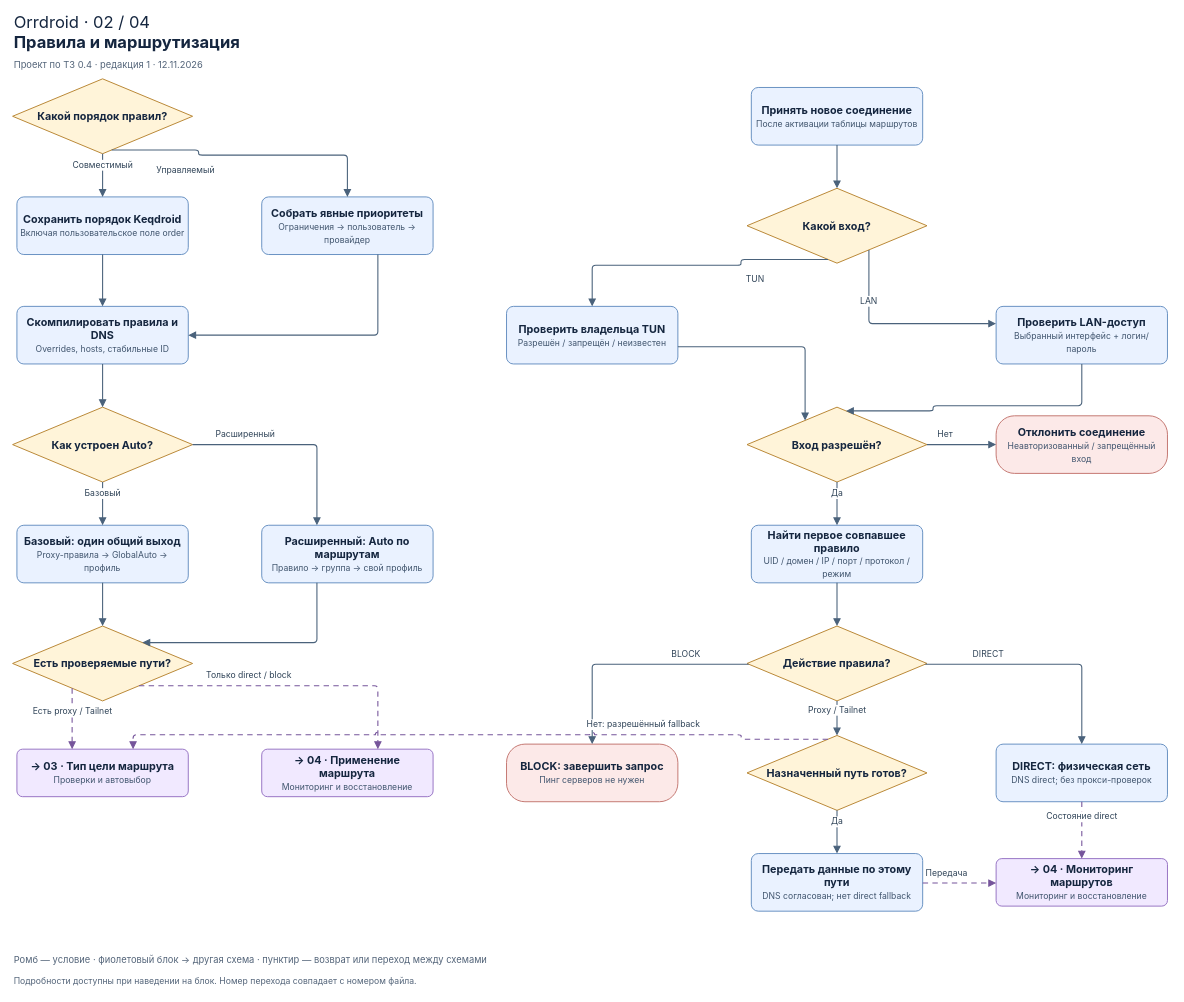
Before: docs/orrdroid/diagrams/drawio/Orrdroid-02-routing.drawio in orrtyom/orrdroid, a draw.io diagram. Source tidied: cells renumbered, new cells numbered last; positions are measured from the earlier drawing's top-left corner, leaving out a move shared by most shapes. Both pictures are drawn from the tidied source at 72%, with x=0, y=0 at pixel (12, 12).
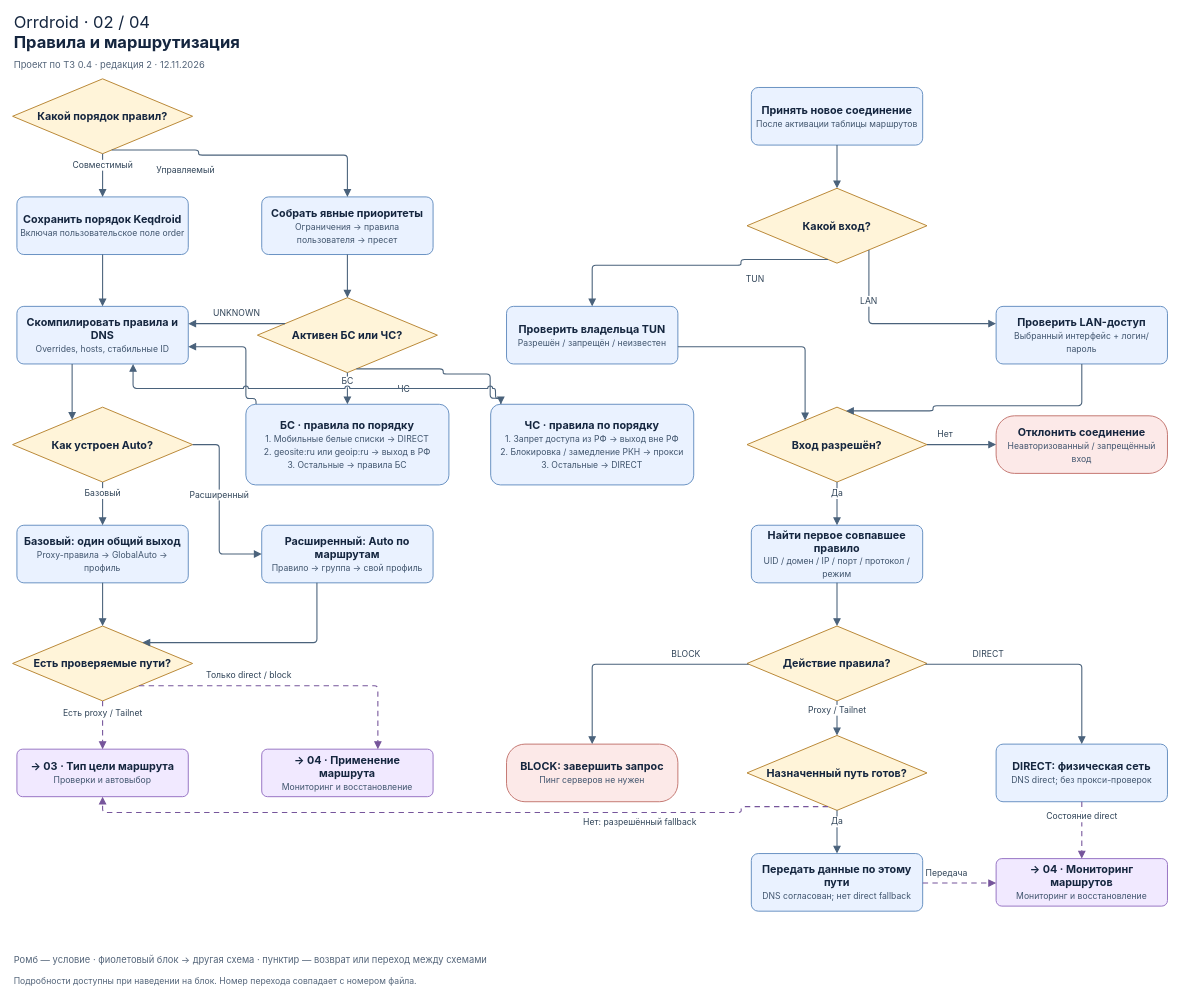
After the change.

Commit message (it also covers changes not shown here):
docs: define BS and CS routing presets and update flow diagrams

The change refers to these unchanged cells:
```xml
<mxCell id="7" value="&lt;b&gt;Скомпилировать правила и DNS&lt;/b&gt;&lt;br&gt;&lt;span style=&quot;font-size:12px;color:#40556E&quot;&gt;Overrides, hosts, стабильные ID&lt;/span&gt;" style="rounded=1;arcSize=12;html=1;whiteSpace=wrap;align=center;verticalAlign=middle;spacing=6;fontFamily=Inter;fontSize=15;fontColor=#15263F;strokeWidth=1.35;fillColor=#EAF2FF;strokeColor=#6790C2;" parent="1" vertex="1">
  <mxGeometry x="6" y="408" width="238" height="80" as="geometry" />
</mxCell>
<mxCell id="8" value="&lt;b&gt;Как устроен Auto?&lt;/b&gt;" style="rhombus;html=1;whiteSpace=wrap;align=center;verticalAlign=middle;spacing=6;fontFamily=Inter;fontSize=15;fontColor=#15263F;strokeWidth=1.35;fillColor=#FFF4D9;strokeColor=#B88633;" parent="1" vertex="1">
  <mxGeometry y="548" width="250" height="104" as="geometry" />
</mxCell>
<mxCell id="10" value="&lt;b&gt;Расширенный: Auto по маршрутам&lt;/b&gt;&lt;br&gt;&lt;span style=&quot;font-size:12px;color:#40556E&quot;&gt;Правило → группа → свой профиль&lt;/span&gt;" style="rounded=1;arcSize=12;html=1;whiteSpace=wrap;align=center;verticalAlign=middle;spacing=6;fontFamily=Inter;fontSize=15;fontColor=#15263F;strokeWidth=1.35;fillColor=#EAF2FF;strokeColor=#6790C2;" parent="1" vertex="1">
  <mxGeometry x="346" y="712" width="238" height="80" as="geometry" />
</mxCell>
<mxCell id="11" value="&lt;b&gt;Есть проверяемые пути?&lt;/b&gt;" style="rhombus;html=1;whiteSpace=wrap;align=center;verticalAlign=middle;spacing=6;fontFamily=Inter;fontSize=15;fontColor=#15263F;strokeWidth=1.35;fillColor=#FFF4D9;strokeColor=#B88633;" parent="1" vertex="1">
  <mxGeometry y="852" width="250" height="104" as="geometry" />
</mxCell>
<mxCell id="22" value="&lt;b&gt;Назначенный путь готов?&lt;/b&gt;" style="rhombus;html=1;whiteSpace=wrap;align=center;verticalAlign=middle;spacing=6;fontFamily=Inter;fontSize=15;fontColor=#15263F;strokeWidth=1.35;fillColor=#FFF4D9;strokeColor=#B88633;" parent="1" vertex="1">
  <mxGeometry x="1020" y="1004" width="250" height="104" as="geometry" />
</mxCell>
<mxCell id="24" value="&lt;b&gt;→ 03 · Тип цели маршрута&lt;/b&gt;&lt;br&gt;&lt;span style=&quot;font-size:12px;color:#40556E&quot;&gt;Проверки и автовыбор&lt;/span&gt;" style="rounded=1;arcSize=12;html=1;whiteSpace=wrap;align=center;verticalAlign=middle;spacing=6;fontFamily=Inter;fontSize=15;fontColor=#15263F;strokeWidth=1.35;fillColor=#F1E9FF;strokeColor=#9673C4;" parent="1" vertex="1">
  <mxGeometry x="6" y="1023" width="238" height="66" as="geometry" />
</mxCell>
```

Change to the diagram source:
```diff
@@
-    <mxCell id="3" value="Проект по ТЗ 0.4 · редакция 1 · 12.11.2026" style="text;html=1;align=left;verticalAlign=middle;whiteSpace=wrap;fontFamily=Inter;fontColor=#15263F;fontSize=13;fontColor=#536479;" parent="1" vertex="1">
+    <mxCell id="3" value="Проект по ТЗ 0.4 · редакция 2 · 12.11.2026" style="text;html=1;align=left;verticalAlign=middle;whiteSpace=wrap;fontFamily=Inter;fontColor=#15263F;fontSize=13;fontColor=#536479;" parent="1" vertex="1">
       <mxGeometry y="62" width="1610" height="20" as="geometry" />
     </mxCell>
@@
-    <mxCell id="6" value="&lt;b&gt;Собрать явные приоритеты&lt;/b&gt;&lt;br&gt;&lt;span style=&quot;font-size:12px;color:#40556E&quot;&gt;Ограничения → пользователь → провайдер&lt;/span&gt;" style="rounded=1;arcSize=12;html=1;whiteSpace=wrap;align=center;verticalAlign=middle;spacing=6;fontFamily=Inter;fontSize=15;fontColor=#15263F;strokeWidth=1.35;fillColor=#EAF2FF;strokeColor=#6790C2;" parent="1" vertex="1">
+    <mxCell id="6" value="&lt;b&gt;Собрать явные приоритеты&lt;/b&gt;&lt;br&gt;&lt;span style=&quot;font-size:12px;color:#40556E&quot;&gt;Ограничения → правила пользователя → пресет&lt;/span&gt;" style="rounded=1;arcSize=12;html=1;whiteSpace=wrap;align=center;verticalAlign=middle;spacing=6;fontFamily=Inter;fontSize=15;fontColor=#15263F;strokeWidth=1.35;fillColor=#EAF2FF;strokeColor=#6790C2;" parent="1" vertex="1">
       <mxGeometry x="346" y="256" width="238" height="80" as="geometry" />
     </mxCell>
@@
+    <mxCell id="55" value="&lt;b&gt;Активен БС или ЧС?&lt;/b&gt;" style="rhombus;html=1;whiteSpace=wrap;align=center;verticalAlign=middle;spacing=6;fontFamily=Inter;fontSize=15;fontColor=#15263F;strokeWidth=1.35;fillColor=#FFF4D9;strokeColor=#B88633;" parent="1" vertex="1">
+      <mxGeometry x="340" y="396" width="250" height="104" as="geometry" />
+    </mxCell>
+    <mxCell id="56" value="&lt;b&gt;БС · правила по порядку&lt;/b&gt;&lt;br&gt;&lt;span style=&quot;font-size:12px;color:#40556E&quot;&gt;1. Мобильные белые списки → DIRECT&lt;br&gt;2. geosite:ru или geoip:ru → выход в РФ&lt;br&gt;3. Остальные → правила БС&lt;/span&gt;" style="rounded=1;arcSize=12;html=1;whiteSpace=wrap;align=center;verticalAlign=middle;spacing=6;fontFamily=Inter;fontSize=15;fontColor=#15263F;strokeWidth=1.35;fillColor=#EAF2FF;strokeColor=#6790C2;" parent="1" vertex="1">
+      <mxGeometry x="324" y="544" width="282" height="112" as="geometry" />
+    </mxCell>
+    <mxCell id="57" value="&lt;b&gt;ЧС · правила по порядку&lt;/b&gt;&lt;br&gt;&lt;span style=&quot;font-size:12px;color:#40556E&quot;&gt;1. Запрет доступа из РФ → выход вне РФ&lt;br&gt;2. Блокировка / замедление РКН → прокси&lt;br&gt;3. Остальные → DIRECT&lt;/span&gt;" style="rounded=1;arcSize=12;html=1;whiteSpace=wrap;align=center;verticalAlign=middle;spacing=6;fontFamily=Inter;fontSize=15;fontColor=#15263F;strokeWidth=1.35;fillColor=#EAF2FF;strokeColor=#6790C2;" parent="1" vertex="1">
+      <mxGeometry x="664" y="544" width="282" height="112" as="geometry" />
+    </mxCell>
@@
-    <mxCell id="30" style="edgeStyle=segmentEdgeStyle;rounded=1;arcSize=10;html=1;endArrow=block;endFill=1;endSize=7;strokeWidth=1.5;strokeColor=#4A627B;fontColor=#304458;fontFamily=Inter;fontSize=12;labelBackgroundColor=default;defaultLabelBackgroundColor=page;jettySize=auto;jumpStyle=arc;jumpSize=6;exitX=0.67786;exitY=1.00000;exitPerimeter=0;entryX=1.00000;entryY=0.50000;entryPerimeter=0;" parent="1" edge="1" source="6" target="7">
-      <mxGeometry relative="1" as="geometry">
-        <Array as="points">
-          <mxPoint x="507.3" y="448" />
-        </Array>
-      </mxGeometry>
+    <mxCell id="30" style="edgeStyle=segmentEdgeStyle;rounded=1;arcSize=10;html=1;endArrow=block;endFill=1;endSize=7;strokeWidth=1.5;strokeColor=#4A627B;fontColor=#304458;fontFamily=Inter;fontSize=12;labelBackgroundColor=default;defaultLabelBackgroundColor=page;jettySize=auto;jumpStyle=arc;jumpSize=6;exitX=0.50000;exitY=1.00000;exitPerimeter=0;entryX=0.50000;entryY=0.00000;entryPerimeter=0;" parent="1" edge="1" source="6" target="55">
+      <mxGeometry relative="1" as="geometry" />
     </mxCell>
-    <mxCell id="31" style="edgeStyle=segmentEdgeStyle;rounded=1;arcSize=10;html=1;endArrow=block;endFill=1;endSize=7;strokeWidth=1.5;strokeColor=#4A627B;fontColor=#304458;fontFamily=Inter;fontSize=12;labelBackgroundColor=default;defaultLabelBackgroundColor=page;jettySize=auto;jumpStyle=arc;jumpSize=6;exitX=0.50000;exitY=1.00000;exitPerimeter=0;entryX=0.50000;entryY=0.00000;entryPerimeter=0;" parent="1" edge="1" source="7" target="8">
+    <mxCell id="31" style="edgeStyle=segmentEdgeStyle;rounded=1;arcSize=10;html=1;endArrow=block;endFill=1;endSize=7;strokeWidth=1.5;strokeColor=#4A627B;fontColor=#304458;fontFamily=Inter;fontSize=12;labelBackgroundColor=default;defaultLabelBackgroundColor=page;jettySize=auto;jumpStyle=arc;jumpSize=6;exitX=0.32214;exitY=1.00000;exitPerimeter=0;entryX=0.33068;entryY=0.16932;entryPerimeter=0;" parent="1" edge="1" source="7" target="8">
       <mxGeometry relative="1" as="geometry" />
     </mxCell>
@@
-    <mxCell id="33" value="Расширенный" style="edgeStyle=segmentEdgeStyle;rounded=1;arcSize=10;html=1;endArrow=block;endFill=1;endSize=7;strokeWidth=1.5;strokeColor=#4A627B;fontColor=#304458;fontFamily=Inter;fontSize=12;labelBackgroundColor=default;defaultLabelBackgroundColor=page;jettySize=auto;jumpStyle=arc;jumpSize=6;exitX=1.00000;exitY=0.50000;exitPerimeter=0;entryX=0.32214;entryY=0.00000;entryPerimeter=0;" parent="1" edge="1" source="8" target="10">
-      <mxGeometry x="-0.49" relative="1" as="geometry">
+    <mxCell id="33" value="Расширенный" style="edgeStyle=segmentEdgeStyle;rounded=1;arcSize=10;html=1;endArrow=block;endFill=1;endSize=7;strokeWidth=1.5;strokeColor=#4A627B;fontColor=#304458;fontFamily=Inter;fontSize=12;labelBackgroundColor=default;defaultLabelBackgroundColor=page;jettySize=auto;jumpStyle=arc;jumpSize=6;exitX=1.00000;exitY=0.50000;exitPerimeter=0;entryX=0.00000;entryY=0.50000;entryPerimeter=0;" parent="1" edge="1" source="8" target="10">
+      <mxGeometry x="-0.14" relative="1" as="geometry">
         <Array as="points">
-          <mxPoint x="422.7" y="600" />
+          <mxPoint x="287" y="600" />
+          <mxPoint x="287" y="752" />
         </Array>
-        <mxPoint y="-14" as="offset" />
       </mxGeometry>
     </mxCell>
@@
-    <mxCell id="36" value="Есть proxy / Tailnet" style="edgeStyle=segmentEdgeStyle;rounded=1;arcSize=10;html=1;endArrow=block;endFill=1;endSize=7;strokeWidth=1.5;strokeColor=#76559B;fontColor=#304458;fontFamily=Inter;fontSize=12;labelBackgroundColor=default;defaultLabelBackgroundColor=page;jettySize=auto;jumpStyle=arc;jumpSize=6;dashed=1;dashPattern=5 4;exitX=0.33068;exitY=0.83068;exitPerimeter=0;entryX=0.32214;entryY=0.00000;entryPerimeter=0;" parent="1" edge="1" source="11" target="24">
-      <mxGeometry x="-0.24" relative="1" as="geometry" />
+    <mxCell id="36" value="Есть proxy / Tailnet" style="edgeStyle=segmentEdgeStyle;rounded=1;arcSize=10;html=1;endArrow=block;endFill=1;endSize=7;strokeWidth=1.5;strokeColor=#76559B;fontColor=#304458;fontFamily=Inter;fontSize=12;labelBackgroundColor=default;defaultLabelBackgroundColor=page;jettySize=auto;jumpStyle=arc;jumpSize=6;dashed=1;dashPattern=5 4;exitX=0.50000;exitY=1.00000;exitPerimeter=0;entryX=0.50000;entryY=0.00000;entryPerimeter=0;" parent="1" edge="1" source="11" target="24">
+      <mxGeometry x="-0.48" relative="1" as="geometry" />
     </mxCell>
@@
-    <mxCell id="50" value="Нет: разрешённый fallback" style="edgeStyle=segmentEdgeStyle;rounded=1;arcSize=10;html=1;endArrow=block;endFill=1;endSize=7;strokeWidth=1.5;strokeColor=#76559B;fontColor=#304458;fontFamily=Inter;fontSize=12;labelBackgroundColor=default;defaultLabelBackgroundColor=page;jettySize=auto;jumpStyle=arc;jumpSize=6;dashed=1;dashPattern=5 4;exitX=0.45000;exitY=0.05000;exitPerimeter=0;entryX=0.67786;entryY=0.00000;entryPerimeter=0;" parent="1" edge="1" source="22" target="24">
-      <mxGeometry x="-0.47" relative="1" as="geometry">
+    <mxCell id="50" value="Нет: разрешённый fallback" style="edgeStyle=segmentEdgeStyle;rounded=1;arcSize=10;html=1;endArrow=block;endFill=1;endSize=7;strokeWidth=1.5;strokeColor=#76559B;fontColor=#304458;fontFamily=Inter;fontSize=12;labelBackgroundColor=default;defaultLabelBackgroundColor=page;jettySize=auto;jumpStyle=arc;jumpSize=6;dashed=1;dashPattern=5 4;exitX=0.45000;exitY=0.95000;exitPerimeter=0;entryX=0.50000;entryY=1.00000;entryPerimeter=0;" parent="1" edge="1" source="22" target="24">
+      <mxGeometry x="-0.48" relative="1" as="geometry">
         <Array as="points">
-          <mxPoint x="1011.9" y="1009.2" />
-          <mxPoint x="1011.9" y="1003" />
-          <mxPoint x="167.3" y="1003" />
+          <mxPoint x="1011.9" y="1102.8" />
+          <mxPoint x="1011.9" y="1111" />
+          <mxPoint x="125" y="1111" />
         </Array>
-        <mxPoint y="-14" as="offset" />
+        <mxPoint y="14" as="offset" />
       </mxGeometry>
     </mxCell>
@@
+    <mxCell id="58" value="БС" style="edgeStyle=segmentEdgeStyle;rounded=1;arcSize=10;html=1;endArrow=block;endFill=1;endSize=7;strokeWidth=1.5;strokeColor=#4A627B;fontColor=#304458;fontFamily=Inter;fontSize=12;labelBackgroundColor=default;defaultLabelBackgroundColor=page;jettySize=auto;jumpStyle=arc;jumpSize=6;exitX=0.50000;exitY=1.00000;exitPerimeter=0;entryX=0.50000;entryY=0.00000;entryPerimeter=0;" parent="1" edge="1" source="55" target="56">
+      <mxGeometry x="-0.4" relative="1" as="geometry" />
+    </mxCell>
+    <mxCell id="59" value="ЧС" style="edgeStyle=segmentEdgeStyle;rounded=1;arcSize=10;html=1;endArrow=block;endFill=1;endSize=7;strokeWidth=1.5;strokeColor=#4A627B;fontColor=#304458;fontFamily=Inter;fontSize=12;labelBackgroundColor=default;defaultLabelBackgroundColor=page;jettySize=auto;jumpStyle=arc;jumpSize=6;exitX=0.55000;exitY=0.95000;exitPerimeter=0;entryX=0.05000;entryY=0.00000;entryPerimeter=0;" parent="1" edge="1" source="55" target="57">
+      <mxGeometry x="-0.48" relative="1" as="geometry">
+        <Array as="points">
+          <mxPoint x="598.1" y="494.8" />
+          <mxPoint x="598.1" y="502" />
+          <mxPoint x="663.3" y="502" />
+          <mxPoint x="663.3" y="535.7" />
+          <mxPoint x="678.1" y="535.7" />
+        </Array>
+        <mxPoint y="28" as="offset" />
+      </mxGeometry>
+    </mxCell>
+    <mxCell id="60" value="UNKNOWN" style="edgeStyle=segmentEdgeStyle;rounded=1;arcSize=10;html=1;endArrow=block;endFill=1;endSize=7;strokeWidth=1.5;strokeColor=#4A627B;fontColor=#304458;fontFamily=Inter;fontSize=12;labelBackgroundColor=default;defaultLabelBackgroundColor=page;jettySize=auto;jumpStyle=arc;jumpSize=6;exitX=0.15385;exitY=0.34615;exitPerimeter=0;entryX=1.00000;entryY=0.30000;entryPerimeter=0;" parent="1" edge="1" source="55" target="7">
+      <mxGeometry relative="1" as="geometry">
+        <mxPoint y="-14" as="offset" />
+      </mxGeometry>
+    </mxCell>
+    <mxCell id="61" style="edgeStyle=segmentEdgeStyle;rounded=1;arcSize=10;html=1;endArrow=block;endFill=1;endSize=7;strokeWidth=1.5;strokeColor=#4A627B;fontColor=#304458;fontFamily=Inter;fontSize=12;labelBackgroundColor=default;defaultLabelBackgroundColor=page;jettySize=auto;jumpStyle=arc;jumpSize=6;exitX=0.05000;exitY=0.00000;exitPerimeter=0;entryX=1.00000;entryY=0.70000;entryPerimeter=0;" parent="1" edge="1" source="56" target="7">
+      <mxGeometry relative="1" as="geometry">
+        <Array as="points">
+          <mxPoint x="338.1" y="536" />
+          <mxPoint x="324" y="536" />
+          <mxPoint x="324" y="464" />
+        </Array>
+      </mxGeometry>
+    </mxCell>
+    <mxCell id="62" style="edgeStyle=segmentEdgeStyle;rounded=1;arcSize=10;html=1;endArrow=block;endFill=1;endSize=7;strokeWidth=1.5;strokeColor=#4A627B;fontColor=#304458;fontFamily=Inter;fontSize=12;labelBackgroundColor=default;defaultLabelBackgroundColor=page;jettySize=auto;jumpStyle=arc;jumpSize=6;exitX=0.05000;exitY=0.00000;exitPerimeter=0;entryX=0.67786;entryY=1.00000;entryPerimeter=0;" parent="1" edge="1" source="57" target="7">
+      <mxGeometry relative="1" as="geometry">
+        <Array as="points">
+          <mxPoint x="678.1" y="535.9" />
+          <mxPoint x="670.7" y="535.9" />
+          <mxPoint x="670.7" y="522" />
+          <mxPoint x="167.3" y="522" />
+        </Array>
+      </mxGeometry>
+    </mxCell>
```
